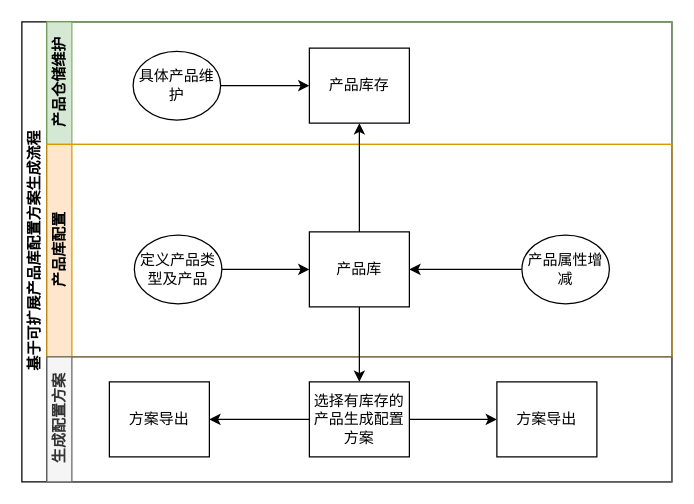
This is 产品库联动报价方案.drawio from sjxbg/xmindfile, a draw.io file, before an edit. Source tidied: cells renumbered, new cells numbered last; positions are measured from the earlier drawing's top-left corner, leaving out a move shared by most shapes. Both pictures are drawn from the tidied source at 125%, with x=0, y=0 at pixel (21, 21).
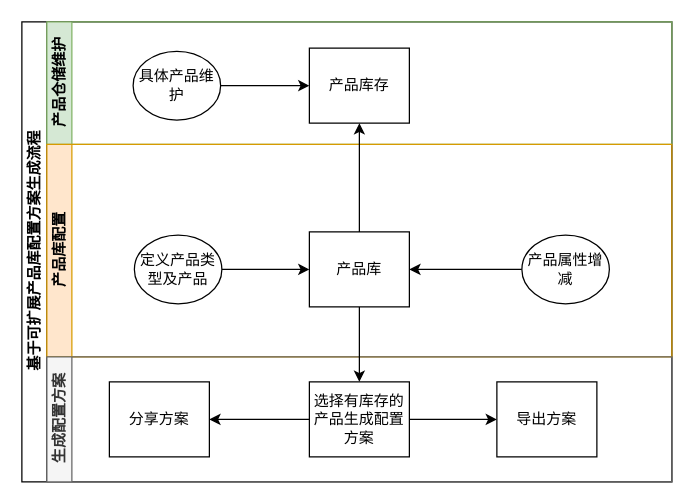
The same page after the edit.

Commit message (it also covers changes not shown here):
更新产品库联动报价方案.drawio

Unchanged cells that the change refers to:
```xml
<mxCell id="13" value="生成配置方案" style="swimlane;html=1;startSize=20;horizontal=0;fillColor=#f5f5f5;fontColor=#333333;strokeColor=#666666;fontFamily=Helvetica;" parent="2" vertex="1">
  <mxGeometry x="20" y="268" width="500" height="100" as="geometry" />
</mxCell>
```

Change to the diagram source:
```diff
@@
-    <mxCell id="17" value="方案导出" style="rounded=0;whiteSpace=wrap;html=1;fontFamily=Helvetica;fontSize=12;fontColor=#000000;align=center;" parent="13" vertex="1">
+    <mxCell id="17" value="分享方案" style="rounded=0;whiteSpace=wrap;html=1;fontFamily=Helvetica;fontSize=12;fontColor=#000000;align=center;" parent="13" vertex="1">
       <mxGeometry x="50" y="20" width="80" height="60" as="geometry" />
     </mxCell>
-    <mxCell id="18" value="方案导出" style="rounded=0;whiteSpace=wrap;html=1;fontFamily=Helvetica;fontSize=12;fontColor=#000000;align=center;" parent="13" vertex="1">
+    <mxCell id="18" value="导出方案" style="rounded=0;whiteSpace=wrap;html=1;fontFamily=Helvetica;fontSize=12;fontColor=#000000;align=center;" parent="13" vertex="1">
       <mxGeometry x="360" y="20" width="80" height="60" as="geometry" />
     </mxCell>
```
